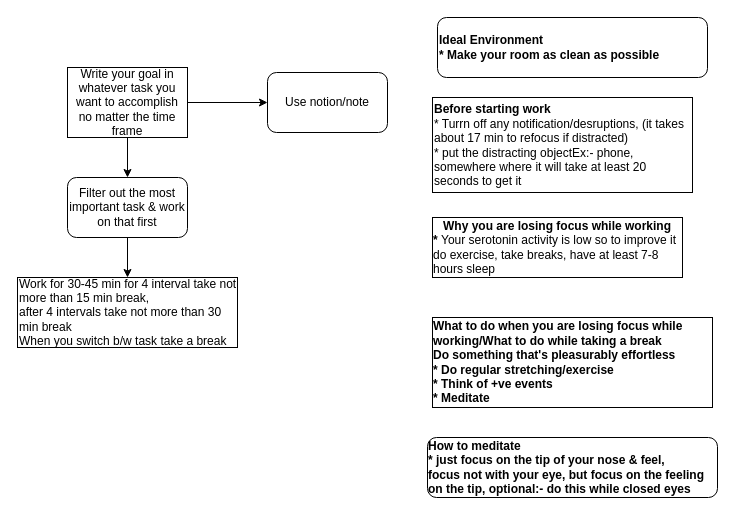
This is Human-Focus.drawio from akbloodadarsh/CrackSheets, a draw.io file, before an edit. Source tidied: cells renumbered, new cells numbered last; positions are measured from the earlier drawing's top-left corner, leaving out a move shared by most shapes. Both pictures are drawn from the tidied source at 100%, with x=0, y=0 at pixel (17, 17).
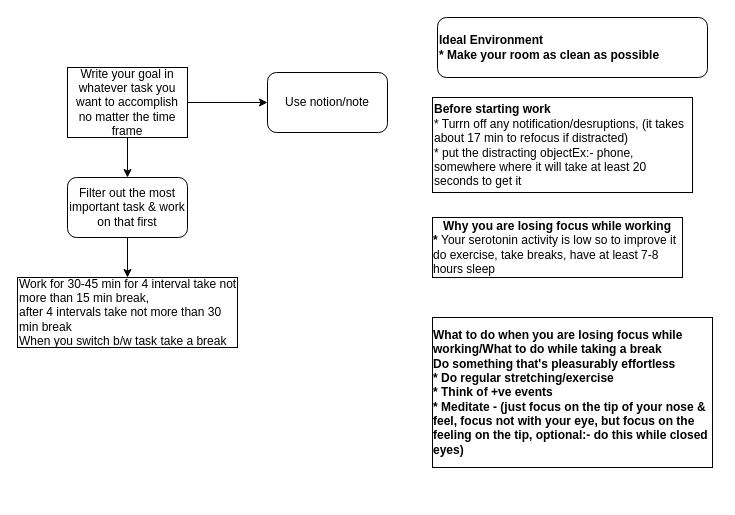
After the change.

Diff of the diagram source:
```diff
@@
 <mxGraphModel>
   <root>
     <mxCell id="0" />
     <mxCell id="1" parent="0" />
     <mxCell id="2" style="edgeStyle=orthogonalEdgeStyle;rounded=0;jettySize=auto;html=1;entryX=0.5;entryY=0;entryDx=0;entryDy=0;" parent="1" edge="1" source="4" target="7">
       <mxGeometry relative="1" as="geometry" />
     </mxCell>
     <mxCell id="3" style="edgeStyle=orthogonalEdgeStyle;rounded=0;jettySize=auto;html=1;entryX=0;entryY=0.5;entryDx=0;entryDy=0;" parent="1" edge="1" source="4" target="5">
       <mxGeometry relative="1" as="geometry" />
     </mxCell>
     <mxCell id="4" value="Write your goal in whatever task you want to accomplish no matter the time frame" style="rounded=0;whiteSpace=wrap;html=1;" parent="1" vertex="1">
       <mxGeometry x="50" y="50" width="120" height="70" as="geometry" />
     </mxCell>
     <mxCell id="5" value="Use notion/note" style="rounded=1;whiteSpace=wrap;html=1;" parent="1" vertex="1">
       <mxGeometry x="250" y="55" width="120" height="60" as="geometry" />
     </mxCell>
     <mxCell id="6" style="edgeStyle=orthogonalEdgeStyle;rounded=0;jettySize=auto;html=1;entryX=0.5;entryY=0;entryDx=0;entryDy=0;" parent="1" edge="1" source="7" target="9">
       <mxGeometry relative="1" as="geometry" />
     </mxCell>
     <mxCell id="7" value="Filter out the most important task &amp;amp; work on that first" style="rounded=1;whiteSpace=wrap;html=1;" parent="1" vertex="1">
       <mxGeometry x="50" y="160" width="120" height="60" as="geometry" />
     </mxCell>
     <mxCell id="8" value="&lt;b&gt;Before starting work&amp;nbsp;&lt;/b&gt;&lt;br&gt;* Turrn off any notification/desruptions, (it takes about 17 min to refocus if distracted)&lt;br&gt;* put the distracting objectEx:- phone, somewhere where it will take at least 20 seconds to get it" style="rounded=0;whiteSpace=wrap;html=1;align=left;" parent="1" vertex="1">
       <mxGeometry x="415" y="80" width="260" height="95" as="geometry" />
     </mxCell>
     <mxCell id="9" value="Work for 30-45 min for 4 interval take not more than 15 min break,&lt;br&gt;after 4 intervals take not more than 30 min break&lt;br&gt;When you switch b/w task take a break" style="rounded=0;whiteSpace=wrap;html=1;align=left;" parent="1" vertex="1">
       <mxGeometry y="260" width="220" height="70" as="geometry" />
     </mxCell>
-    <mxCell id="10" value="&lt;div style=&quot;text-align: left;&quot;&gt;&lt;b style=&quot;background-color: initial;&quot;&gt;What to do when you are losing focus while working/&lt;/b&gt;&lt;b style=&quot;background-color: initial;&quot;&gt;What to do while taking a break&lt;br&gt;Do something that's pleasurably effortless&lt;/b&gt;&lt;/div&gt;&lt;b&gt;&lt;/b&gt;&lt;b&gt;&lt;div style=&quot;text-align: left;&quot;&gt;&lt;b style=&quot;background-color: initial;&quot;&gt;* Do regular stretching/exercise&lt;/b&gt;&lt;/div&gt;&lt;div style=&quot;text-align: left;&quot;&gt;* Think of +ve events&amp;nbsp;&lt;br&gt;* Meditate&lt;/div&gt;&lt;/b&gt;" style="rounded=0;whiteSpace=wrap;html=1;" parent="1" vertex="1">
-      <mxGeometry x="415" y="300" width="280" height="90" as="geometry" />
+    <mxCell id="10" value="&lt;div style=&quot;text-align: left;&quot;&gt;&lt;b style=&quot;background-color: initial;&quot;&gt;What to do when you are losing focus while working/&lt;/b&gt;&lt;b style=&quot;background-color: initial;&quot;&gt;What to do while taking a break&lt;br&gt;Do something that's pleasurably effortless&lt;/b&gt;&lt;/div&gt;&lt;b&gt;&lt;/b&gt;&lt;b&gt;&lt;div style=&quot;text-align: left;&quot;&gt;&lt;b style=&quot;background-color: initial;&quot;&gt;* Do regular stretching/exercise&lt;/b&gt;&lt;/div&gt;&lt;div style=&quot;text-align: left;&quot;&gt;* Think of +ve events&amp;nbsp;&lt;br&gt;* Meditate - (&lt;b style=&quot;background-color: initial;&quot;&gt;just focus on the tip of your nose &amp;amp; feel,&amp;nbsp;&lt;/b&gt;&lt;b style=&quot;background-color: initial;&quot;&gt;focus not with your eye, but focus on the feeling on the tip, optional:- do this while closed eyes&lt;/b&gt;&lt;span style=&quot;background-color: initial;&quot;&gt;)&lt;/span&gt;&lt;/div&gt;&lt;/b&gt;" style="rounded=0;whiteSpace=wrap;html=1;" parent="1" vertex="1">
+      <mxGeometry x="415" y="300" width="280" height="150" as="geometry" />
     </mxCell>
     <mxCell id="11" value="&lt;b&gt;Why you are losing focus while working&lt;/b&gt;&lt;br&gt;&lt;div style=&quot;text-align: left;&quot;&gt;&lt;b style=&quot;font-weight: bold; background-color: initial;&quot;&gt;* &lt;/b&gt;&lt;span style=&quot;background-color: initial;&quot;&gt;Your serotonin activity is low so to improve it&lt;br&gt;do exercise, take breaks, have at least 7-8 hours sleep&lt;/span&gt;&lt;/div&gt;" style="rounded=0;whiteSpace=wrap;html=1;" parent="1" vertex="1">
       <mxGeometry x="415" y="200" width="250" height="60" as="geometry" />
     </mxCell>
     <mxCell id="12" value="&lt;b&gt;Ideal Environment&lt;br&gt;&lt;div style=&quot;&quot;&gt;&lt;b style=&quot;background-color: initial;&quot;&gt;* Make your room as clean as possible&lt;/b&gt;&lt;/div&gt;&lt;/b&gt;" style="rounded=1;whiteSpace=wrap;html=1;align=left;" parent="1" vertex="1">
       <mxGeometry x="420" width="270" height="60" as="geometry" />
     </mxCell>
-    <mxCell id="13" value="&lt;div style=&quot;text-align: left;&quot;&gt;&lt;b style=&quot;background-color: initial;&quot;&gt;How to meditate&lt;/b&gt;&lt;/div&gt;&lt;b&gt;&lt;div style=&quot;text-align: left;&quot;&gt;&lt;b style=&quot;background-color: initial;&quot;&gt;* just focus on the tip of your nose &amp;amp; feel,&lt;/b&gt;&lt;/div&gt;&lt;div style=&quot;text-align: left;&quot;&gt;&lt;b style=&quot;background-color: initial;&quot;&gt;focus not with your eye, but focus on the feeling on the tip, optional:- do this while closed eyes&lt;/b&gt;&lt;/div&gt;&lt;/b&gt;" style="rounded=1;whiteSpace=wrap;html=1;" parent="1" vertex="1">
-      <mxGeometry x="410" y="420" width="290" height="60" as="geometry" />
-    </mxCell>
   </root>
 </mxGraphModel>
```
